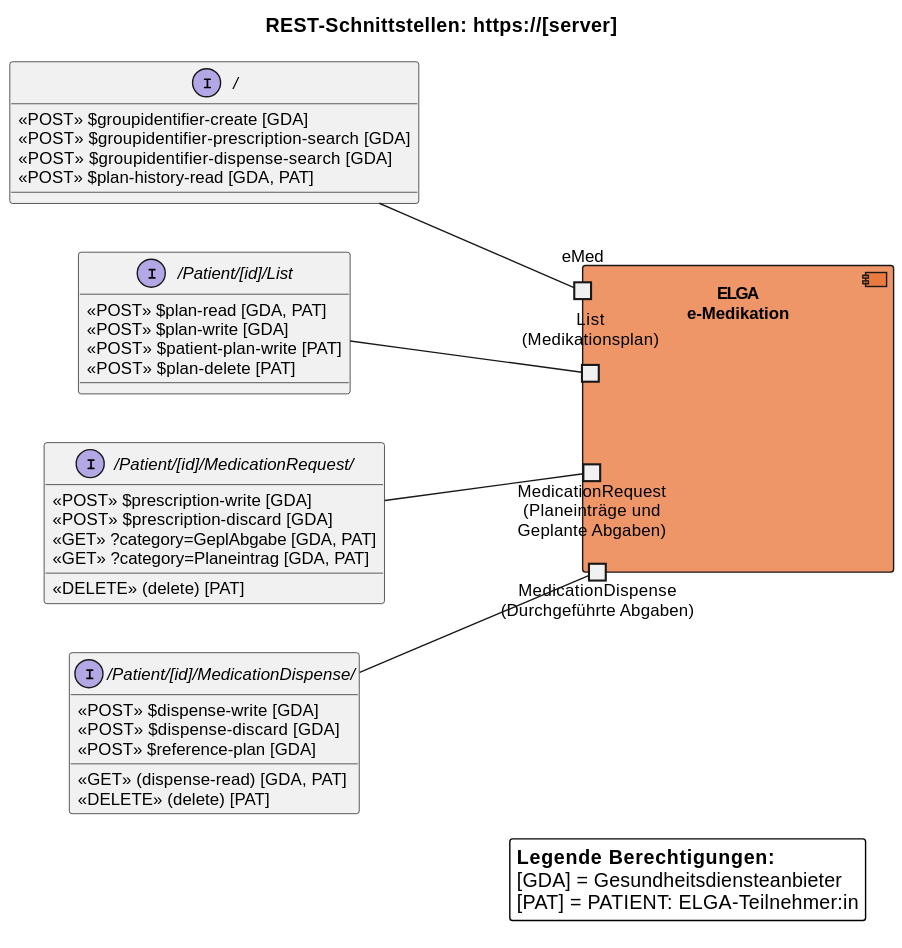
This is input/images/plantuml/interaction_overview.svg from HL7Austria/ELGA-e-Medikation-R4, a PlantUML export, as it was before one commit.
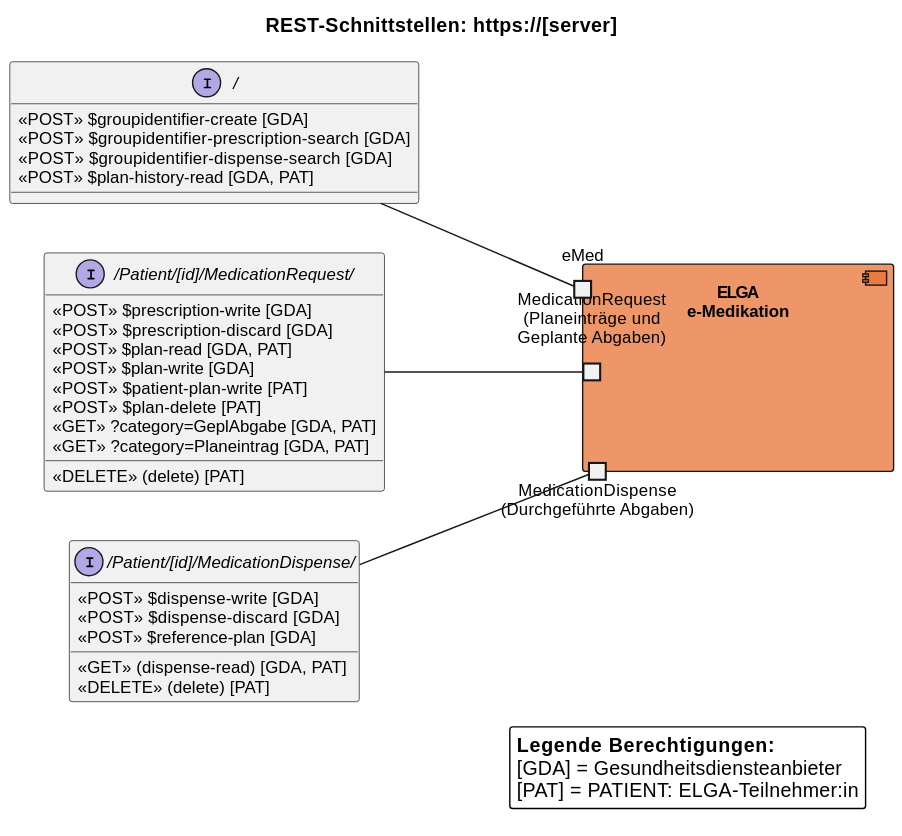
Later version of the same file.

Diff of the diagram source:
```diff
@@ -39,17 +39,15 @@
 interface "/Patient/[id]/MedicationRequest/" as IMedicationRequest {
   «POST» $prescription-write [GDA]
   «POST» $prescription-discard [GDA]
+  «POST» $plan-read [GDA, PAT]
+  «POST» $plan-write [GDA]
+  «POST» $patient-plan-write [PAT]
+  «POST» $plan-delete [PAT]
   «GET» ?category=GeplAbgabe [GDA, PAT]
   «GET» ?category=Planeintrag [GDA, PAT]
   «DELETE» (delete) [PAT]
 }
 
-interface "/Patient/[id]/List" as IList {
-  «POST» $plan-read [GDA, PAT]
-  «POST» $plan-write [GDA]
-  «POST» $patient-plan-write [PAT]
-  «POST» $plan-delete [PAT]
-}
 
 interface "/" as IEmed {
   «POST» $groupidentifier-create [GDA]
@@ -62,7 +60,6 @@
 component "ELGA\ne-Medikation" as Server {
   port "MedicationDispense\n(Durchgeführte Abgaben)" as p5
   port "MedicationRequest\n(Planeinträge und\nGeplante Abgaben)" as p4
-  port "List\n(Medikationsplan)" as p2
   port "eMed" as p1
 }
 
@@ -70,7 +67,6 @@
 
 p5 -up- IDurchgAbgabe
 p4 -up- IMedicationRequest
-p2 -up- IList
 p1 -up- IEmed
 
 
```
